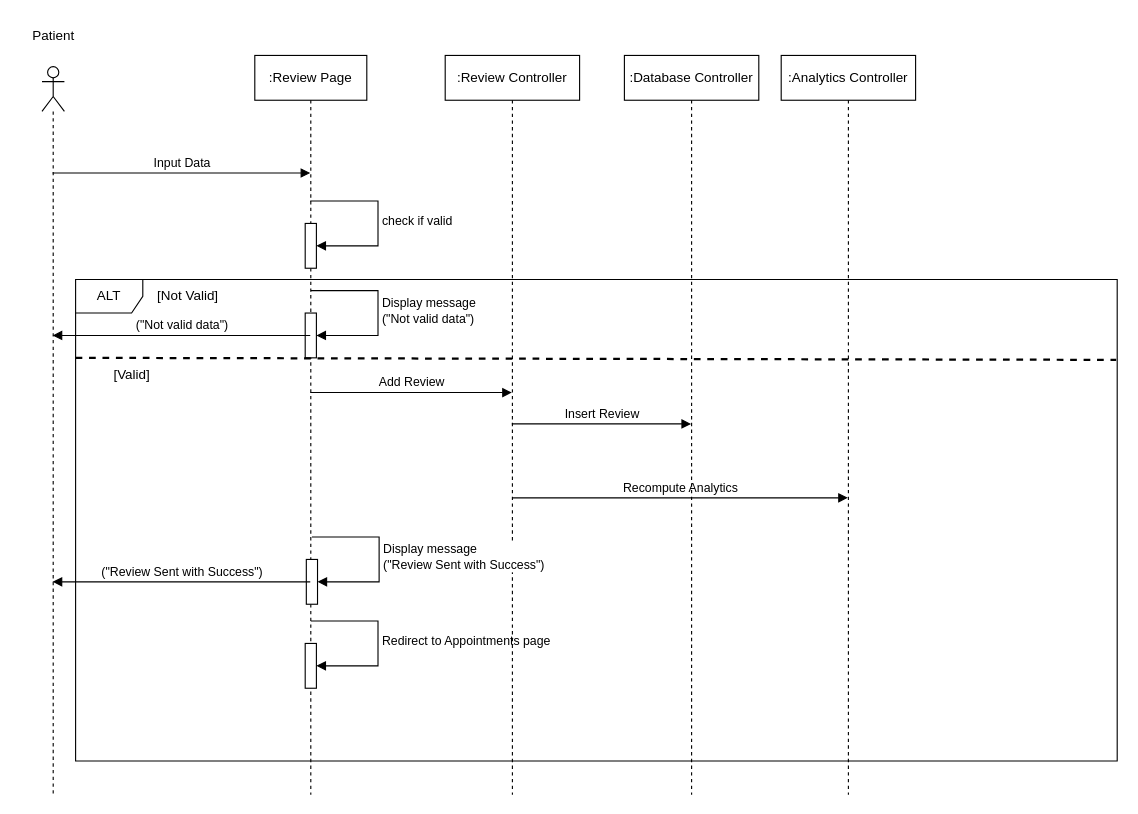
Earlier version of the draw.io diagram Diagrams/Sequence/Sequence 13 - Review doctor.drawio (RafaelCMira/myclinic-msp-project). Source tidied: cells renumbered, new cells numbered last; positions are measured from the earlier drawing's top-left corner, leaving out a move shared by most shapes. Both pictures are drawn from the tidied source at 112%, with x=0, y=0 at pixel (19, 19).
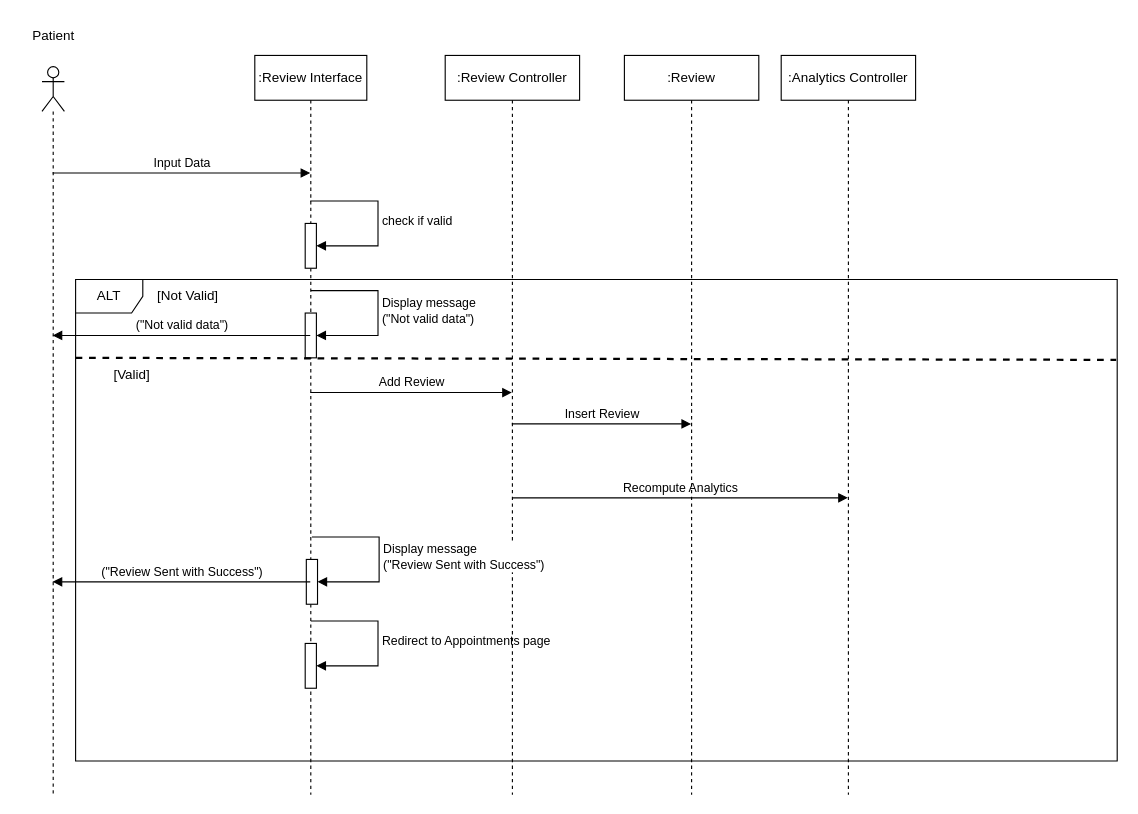
The same page after the edit.

Diff of the diagram source:
```diff
@@
-    <mxCell id="5" value=":Review Page" style="shape=umlLifeline;perimeter=lifelinePerimeter;whiteSpace=wrap;html=1;outlineConnect=0;portConstraint=eastwest;newEdgeStyle={&quot;curved&quot;:0,&quot;rounded&quot;:0};" parent="1" vertex="1">
+    <mxCell id="5" value=":Review Interface" style="shape=umlLifeline;perimeter=lifelinePerimeter;whiteSpace=wrap;html=1;outlineConnect=0;portConstraint=eastwest;newEdgeStyle={&quot;curved&quot;:0,&quot;rounded&quot;:0};" parent="1" vertex="1">
       <mxGeometry x="210" y="32" width="100" height="660" as="geometry" />
     </mxCell>
@@
-    <mxCell id="20" value=":Database Controller" style="shape=umlLifeline;perimeter=lifelinePerimeter;whiteSpace=wrap;html=1;newEdgeStyle={&quot;curved&quot;:0,&quot;rounded&quot;:0};" parent="1" vertex="1">
+    <mxCell id="20" value=":Review" style="shape=umlLifeline;perimeter=lifelinePerimeter;whiteSpace=wrap;html=1;newEdgeStyle={&quot;curved&quot;:0,&quot;rounded&quot;:0};" parent="1" vertex="1">
       <mxGeometry x="540" y="32" width="120" height="660" as="geometry" />
     </mxCell>
```
